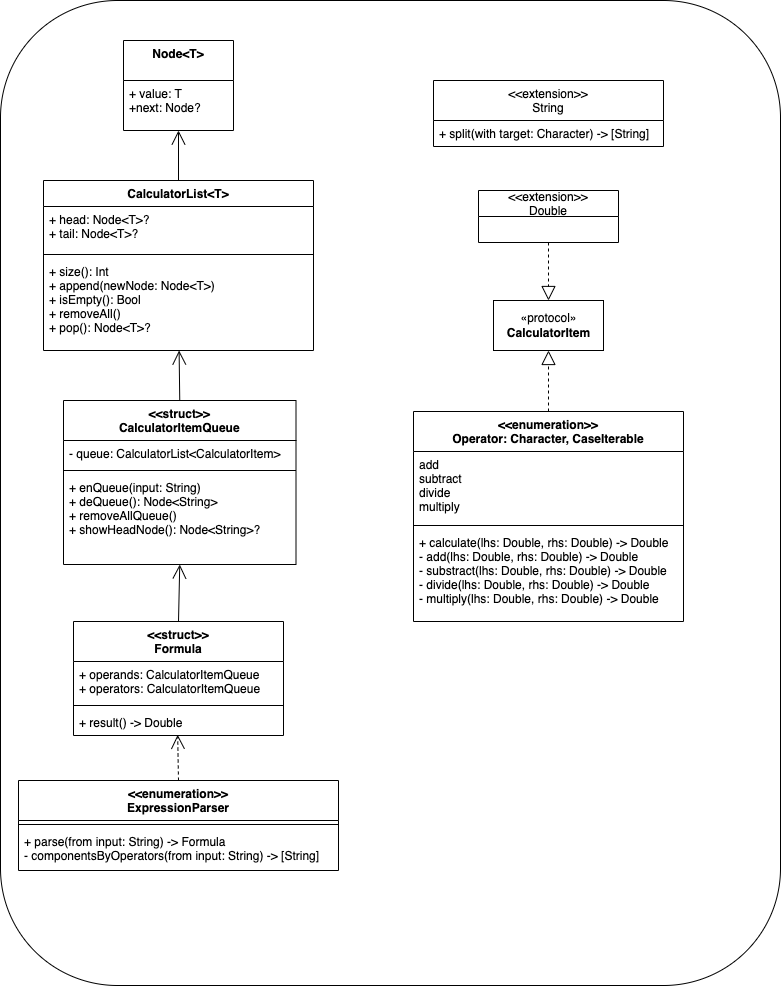
Above: CalculatorAppClassDiagramStep1.png in yagom-academy/ios-calculator-app (draw.io), before the change. Source tidied: cells renumbered, new cells last; positions are measured from the earlier drawing's top-left corner, leaving out a move shared by most shapes.
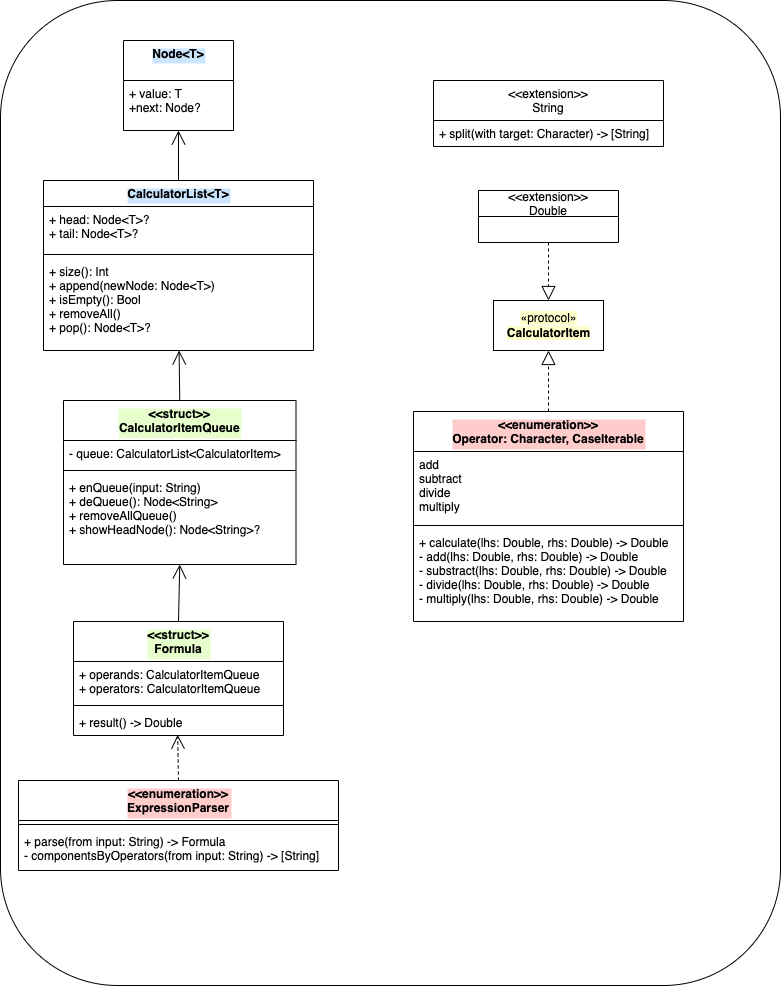
Above is the later version.

Commit message:
docs: Modify Class Diagram

- add legend color

What changed in the source:
```diff
@@ -5,13 +5,13 @@
     <mxCell id="2" style="rounded=1;whiteSpace=wrap;html=1;" parent="1" vertex="1">
       <mxGeometry width="780" height="985" as="geometry" />
     </mxCell>
-    <mxCell id="3" value="Node&lt;T&gt;" style="swimlane;fontStyle=1;align=center;verticalAlign=top;horizontal=1;startSize=40;" parent="1" vertex="1">
+    <mxCell id="3" value="Node&lt;T&gt;" style="swimlane;fontStyle=1;align=center;verticalAlign=top;horizontal=1;startSize=40;labelBackgroundColor=#CCE5FF;" parent="1" vertex="1">
       <mxGeometry x="123" y="40" width="110" height="90" as="geometry" />
     </mxCell>
     <mxCell id="4" value="+ value: T&#10;+next: Node?" style="text;strokeColor=none;fillColor=none;align=left;verticalAlign=top;spacingLeft=4;spacingRight=4;overflow=hidden;points=[[0,0.5],[1,0.5]];portConstraint=eastwest;" parent="3" vertex="1">
       <mxGeometry y="40" width="110" height="50" as="geometry" />
     </mxCell>
-    <mxCell id="5" value="CalculatorList&lt;T&gt;" style="swimlane;fontStyle=1;align=center;verticalAlign=top;horizontal=1;startSize=26;" parent="1" vertex="1">
+    <mxCell id="5" value="CalculatorList&lt;T&gt;" style="swimlane;fontStyle=1;align=center;verticalAlign=top;horizontal=1;startSize=26;labelBackgroundColor=#CCE5FF;" parent="1" vertex="1">
       <mxGeometry x="43" y="180" width="270" height="170" as="geometry" />
     </mxCell>
     <mxCell id="6" value="+ head: Node&lt;T&gt;?&#10;+ tail: Node&lt;T&gt;?" style="text;strokeColor=none;fillColor=none;align=left;verticalAlign=top;spacingLeft=4;spacingRight=4;overflow=hidden;" parent="5" vertex="1">
@@ -23,7 +23,7 @@
     <mxCell id="8" value="+ size(): Int&#10;+ append(newNode: Node&lt;T&gt;)&#10;+ isEmpty(): Bool&#10;+ removeAll()&#10;+ pop(): Node&lt;T&gt;?" style="text;strokeColor=none;fillColor=none;align=left;verticalAlign=top;spacingLeft=4;spacingRight=4;overflow=hidden;points=[[0,0.5],[1,0.5]];portConstraint=eastwest;" parent="5" vertex="1">
       <mxGeometry y="78" width="270" height="92" as="geometry" />
     </mxCell>
-    <mxCell id="9" value="&lt;&lt;struct&gt;&gt;&#10;CalculatorItemQueue" style="swimlane;fontStyle=1;align=center;verticalAlign=top;horizontal=1;startSize=40;" parent="1" vertex="1">
+    <mxCell id="9" value="&lt;&lt;struct&gt;&gt;&#10;CalculatorItemQueue" style="swimlane;fontStyle=1;align=center;verticalAlign=top;horizontal=1;startSize=40;labelBackgroundColor=#E6FFCC;" parent="1" vertex="1">
       <mxGeometry x="63" y="400" width="232.5" height="164" as="geometry" />
     </mxCell>
     <mxCell id="10" value="- queue: CalculatorList&lt;CalculatorItem&gt;" style="text;strokeColor=none;fillColor=none;align=left;verticalAlign=top;spacingLeft=4;spacingRight=4;overflow=hidden;" parent="9" vertex="1">
@@ -41,10 +41,10 @@
     <mxCell id="14" style="endArrow=open;endFill=1;endSize=12;html=1;rounded=0;exitX=0.5;exitY=0;exitDx=0;exitDy=0;" parent="1" edge="1" source="9" target="8">
       <mxGeometry relative="1" as="geometry" />
     </mxCell>
-    <mxCell id="15" value="«protocol»&lt;br&gt;&lt;b&gt;CalculatorItem&lt;/b&gt;" style="html=1;" parent="1" vertex="1">
+    <mxCell id="15" value="&lt;span style=&quot;background-color: rgb(255, 255, 204);&quot;&gt;«protocol»&lt;br&gt;&lt;b&gt;CalculatorItem&lt;/b&gt;&lt;/span&gt;" style="html=1;" parent="1" vertex="1">
       <mxGeometry x="493" y="300" width="110" height="50" as="geometry" />
     </mxCell>
-    <mxCell id="16" value="&lt;&lt;enumeration&gt;&gt;&#10;Operator: Character, CaseIterable" style="swimlane;fontStyle=1;align=center;verticalAlign=top;horizontal=1;startSize=40;" parent="1" vertex="1">
+    <mxCell id="16" value="&lt;&lt;enumeration&gt;&gt;&#10;Operator: Character, CaseIterable" style="swimlane;fontStyle=1;align=center;verticalAlign=top;horizontal=1;startSize=40;labelBackgroundColor=#FFCCCC;" parent="1" vertex="1">
       <mxGeometry x="413" y="411" width="270" height="210" as="geometry" />
     </mxCell>
     <mxCell id="17" value="add&#10;subtract&#10;divide&#10;multiply" style="text;strokeColor=none;fillColor=none;align=left;verticalAlign=top;spacingLeft=4;spacingRight=4;overflow=hidden;" parent="16" vertex="1">
@@ -71,7 +71,7 @@
     <mxCell id="24" value="+ split(with target: Character) -&gt; [String]" style="text;strokeColor=none;fillColor=none;align=left;verticalAlign=top;spacingLeft=4;spacingRight=4;overflow=hidden;" parent="23" vertex="1">
       <mxGeometry y="40" width="230" height="26" as="geometry" />
     </mxCell>
-    <mxCell id="25" value="&lt;&lt;struct&gt;&gt;&#10;Formula&#10;" style="swimlane;fontStyle=1;align=center;verticalAlign=top;horizontal=1;startSize=40;" parent="1" vertex="1">
+    <mxCell id="25" value="&lt;&lt;struct&gt;&gt;&#10;Formula&#10;" style="swimlane;fontStyle=1;align=center;verticalAlign=top;horizontal=1;startSize=40;labelBackgroundColor=#E6FFCC;" parent="1" vertex="1">
       <mxGeometry x="73" y="621" width="210" height="114" as="geometry" />
     </mxCell>
     <mxCell id="26" value="+ operands: CalculatorItemQueue&#10;+ operators: CalculatorItemQueue" style="text;strokeColor=none;fillColor=none;align=left;verticalAlign=top;spacingLeft=4;spacingRight=4;overflow=hidden;" parent="25" vertex="1">
@@ -83,7 +83,7 @@
     <mxCell id="28" value="+ result() -&gt; Double" style="text;strokeColor=none;fillColor=none;align=left;verticalAlign=top;spacingLeft=4;spacingRight=4;overflow=hidden;points=[[0,0.5],[1,0.5]];portConstraint=eastwest;" parent="25" vertex="1">
       <mxGeometry y="88" width="210" height="26" as="geometry" />
     </mxCell>
-    <mxCell id="29" value="&lt;&lt;enumeration&gt;&gt;&#10;ExpressionParser" style="swimlane;fontStyle=1;align=center;verticalAlign=top;horizontal=1;startSize=40;" parent="1" vertex="1">
+    <mxCell id="29" value="&lt;&lt;enumeration&gt;&gt;&#10;ExpressionParser" style="swimlane;fontStyle=1;align=center;verticalAlign=top;horizontal=1;startSize=40;labelBackgroundColor=#FFCCCC;" parent="1" vertex="1">
       <mxGeometry x="18" y="780" width="320" height="90" as="geometry" />
     </mxCell>
     <mxCell id="30" style="line;strokeWidth=1;fillColor=none;align=left;verticalAlign=middle;spacingTop=-1;spacingLeft=3;spacingRight=3;labelPosition=right;" parent="29" vertex="1">
```
